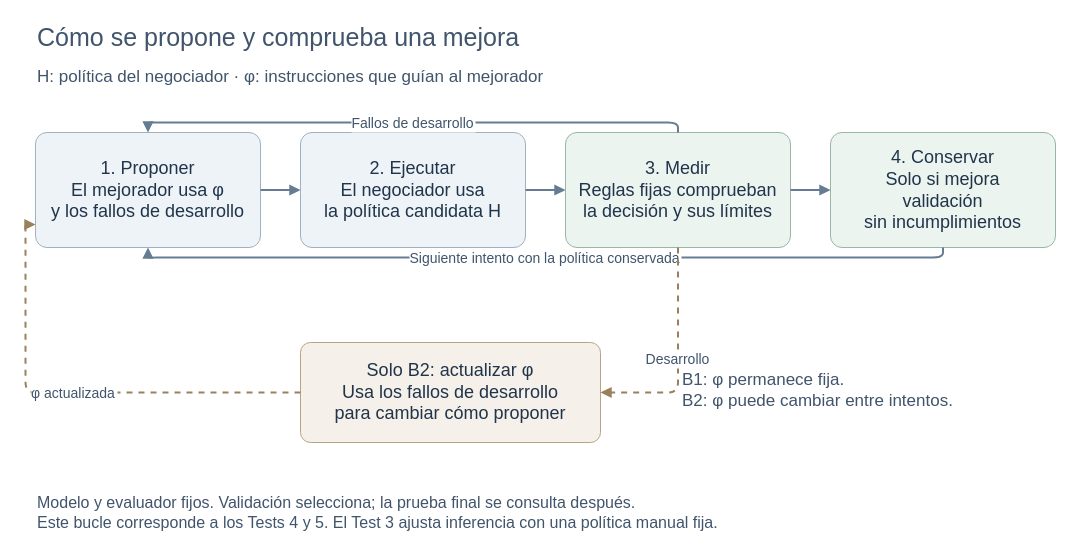
The draw.io diagram research/cases/case-0003-debt-negotiation/diagrams/learning-loop.drawio in jairzinhosantos/thinking-harness, before the edit. Source tidied: cells renumbered, new cells numbered last; positions are measured from the earlier drawing's top-left corner, leaving out a move shared by most shapes. Both pictures are drawn from the tidied source at 100%, with x=0, y=0 at pixel (35, 17).
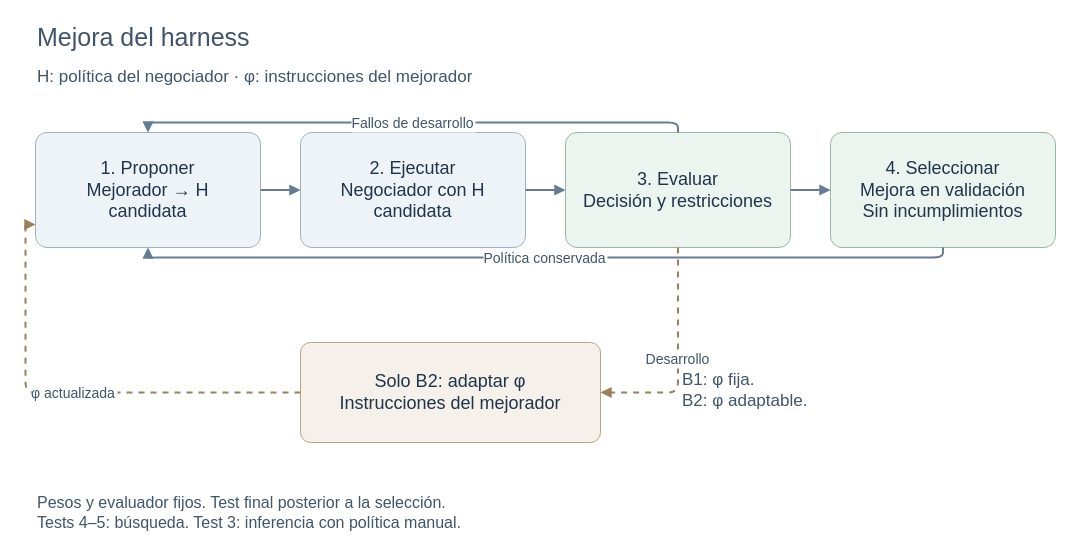
Above is the later version.

What changed in the source:
```diff
@@
 <mxGraphModel background="#FFFFFF">
   <root>
     <mxCell id="0" />
     <mxCell id="1" parent="0" />
-    <mxCell id="2" value="Cómo se propone y comprueba una mejora" style="text;html=0;whiteSpace=wrap;align=left;verticalAlign=middle;fontColor=#40546B;fontFamily=Helvetica;fontSize=25;" parent="1" vertex="1">
+    <mxCell id="2" value="Mejora del harness" style="text;html=0;whiteSpace=wrap;align=left;verticalAlign=middle;fontColor=#40546B;fontFamily=Helvetica;fontSize=25;" parent="1" vertex="1">
       <mxGeometry width="1000" height="38" as="geometry" />
     </mxCell>
-    <mxCell id="3" value="H: política del negociador    ·    φ: instrucciones que guían al mejorador" style="text;html=0;whiteSpace=wrap;align=left;verticalAlign=middle;fontColor=#40546B;fontFamily=Helvetica;fontSize=17;" parent="1" vertex="1">
+    <mxCell id="3" value="H: política del negociador     ·     φ: instrucciones del mejorador" style="text;html=0;whiteSpace=wrap;align=left;verticalAlign=middle;fontColor=#40546B;fontFamily=Helvetica;fontSize=17;" parent="1" vertex="1">
       <mxGeometry y="45" width="1000" height="30" as="geometry" />
     </mxCell>
-    <mxCell id="4" value="1. Proponer&#10;El mejorador usa φ&#10;y los fallos de desarrollo" style="rounded=1;whiteSpace=wrap;html=0;arcSize=10;fillColor=#EEF3F8;strokeColor=#A0B1C2;fontColor=#20344A;fontFamily=Helvetica;fontSize=18;spacing=14;" parent="1" vertex="1">
+    <mxCell id="4" value="1. Proponer&#10;Mejorador → H candidata" style="rounded=1;whiteSpace=wrap;html=0;arcSize=10;fillColor=#EEF3F8;strokeColor=#A0B1C2;fontColor=#20344A;fontFamily=Helvetica;fontSize=18;spacing=14;" parent="1" vertex="1">
       <mxGeometry y="115" width="225" height="115" as="geometry" />
     </mxCell>
-    <mxCell id="5" value="2. Ejecutar&#10;El negociador usa&#10;la política candidata H" style="rounded=1;whiteSpace=wrap;html=0;arcSize=10;fillColor=#EEF3F8;strokeColor=#A0B1C2;fontColor=#20344A;fontFamily=Helvetica;fontSize=18;spacing=14;" parent="1" vertex="1">
+    <mxCell id="5" value="2. Ejecutar&#10;Negociador con H candidata" style="rounded=1;whiteSpace=wrap;html=0;arcSize=10;fillColor=#EEF3F8;strokeColor=#A0B1C2;fontColor=#20344A;fontFamily=Helvetica;fontSize=18;spacing=14;" parent="1" vertex="1">
       <mxGeometry x="265" y="115" width="225" height="115" as="geometry" />
     </mxCell>
-    <mxCell id="6" value="3. Medir&#10;Reglas fijas comprueban&#10;la decisión y sus límites" style="rounded=1;whiteSpace=wrap;html=0;arcSize=10;fillColor=#ECF4F0;strokeColor=#9AB6A7;fontColor=#20344A;fontFamily=Helvetica;fontSize=18;spacing=14;" parent="1" vertex="1">
+    <mxCell id="6" value="3. Evaluar&#10;Decisión y restricciones" style="rounded=1;whiteSpace=wrap;html=0;arcSize=10;fillColor=#ECF4F0;strokeColor=#9AB6A7;fontColor=#20344A;fontFamily=Helvetica;fontSize=18;spacing=14;" parent="1" vertex="1">
       <mxGeometry x="530" y="115" width="225" height="115" as="geometry" />
     </mxCell>
-    <mxCell id="7" value="4. Conservar&#10;Solo si mejora validación&#10;sin incumplimientos" style="rounded=1;whiteSpace=wrap;html=0;arcSize=10;fillColor=#ECF4F0;strokeColor=#9AB6A7;fontColor=#20344A;fontFamily=Helvetica;fontSize=18;spacing=14;" parent="1" vertex="1">
+    <mxCell id="7" value="4. Seleccionar&#10;Mejora en validación&#10;Sin incumplimientos" style="rounded=1;whiteSpace=wrap;html=0;arcSize=10;fillColor=#ECF4F0;strokeColor=#9AB6A7;fontColor=#20344A;fontFamily=Helvetica;fontSize=18;spacing=14;" parent="1" vertex="1">
       <mxGeometry x="795" y="115" width="225" height="115" as="geometry" />
     </mxCell>
     <mxCell id="8" style="edgeStyle=orthogonalEdgeStyle;rounded=1;html=0;endArrow=block;strokeColor=#657C92;strokeWidth=2;fontSize=14;fontFamily=Helvetica;fontColor=#40546B;labelBackgroundColor=#FFFFFF;" parent="1" edge="1" source="4" target="5">
       <mxGeometry relative="1" as="geometry" />
     </mxCell>
     <mxCell id="9" style="edgeStyle=orthogonalEdgeStyle;rounded=1;html=0;endArrow=block;strokeColor=#657C92;strokeWidth=2;fontSize=14;fontFamily=Helvetica;fontColor=#40546B;labelBackgroundColor=#FFFFFF;" parent="1" edge="1" source="5" target="6">
       <mxGeometry relative="1" as="geometry" />
     </mxCell>
     <mxCell id="10" style="edgeStyle=orthogonalEdgeStyle;rounded=1;html=0;endArrow=block;strokeColor=#657C92;strokeWidth=2;fontSize=14;fontFamily=Helvetica;fontColor=#40546B;labelBackgroundColor=#FFFFFF;" parent="1" edge="1" source="6" target="7">
       <mxGeometry relative="1" as="geometry" />
     </mxCell>
-    <mxCell id="11" value="Solo B2: actualizar φ&#10;Usa los fallos de desarrollo&#10;para cambiar cómo proponer" style="rounded=1;whiteSpace=wrap;html=0;arcSize=10;fillColor=#F5F0E9;strokeColor=#B9A385;fontColor=#20344A;fontFamily=Helvetica;fontSize=18;spacing=14;" parent="1" vertex="1">
+    <mxCell id="11" value="Solo B2: adaptar φ&#10;Instrucciones del mejorador" style="rounded=1;whiteSpace=wrap;html=0;arcSize=10;fillColor=#F5F0E9;strokeColor=#B9A385;fontColor=#20344A;fontFamily=Helvetica;fontSize=18;spacing=14;" parent="1" vertex="1">
       <mxGeometry x="265" y="325" width="300" height="100" as="geometry" />
     </mxCell>
     <mxCell id="12" value="Fallos de desarrollo" style="edgeStyle=orthogonalEdgeStyle;rounded=1;html=0;endArrow=block;strokeColor=#657C92;strokeWidth=2;fontSize=14;fontFamily=Helvetica;fontColor=#40546B;labelBackgroundColor=#FFFFFF;exitX=0.5;exitY=0;entryX=0.5;entryY=0;" parent="1" edge="1" source="6" target="4">
       <mxGeometry relative="1" as="geometry" />
     </mxCell>
-    <mxCell id="13" value="Siguiente intento con la política conservada" style="edgeStyle=orthogonalEdgeStyle;rounded=1;html=0;endArrow=block;strokeColor=#657C92;strokeWidth=2;fontSize=14;fontFamily=Helvetica;fontColor=#40546B;labelBackgroundColor=#FFFFFF;exitX=0.5;exitY=1;entryX=0.5;entryY=1;" parent="1" edge="1" source="7" target="4">
+    <mxCell id="13" value="Política conservada" style="edgeStyle=orthogonalEdgeStyle;rounded=1;html=0;endArrow=block;strokeColor=#657C92;strokeWidth=2;fontSize=14;fontFamily=Helvetica;fontColor=#40546B;labelBackgroundColor=#FFFFFF;exitX=0.5;exitY=1;entryX=0.5;entryY=1;" parent="1" edge="1" source="7" target="4">
       <mxGeometry relative="1" as="geometry" />
     </mxCell>
     <mxCell id="14" value="Desarrollo" style="edgeStyle=orthogonalEdgeStyle;rounded=1;html=0;endArrow=block;strokeColor=#657C92;strokeWidth=2;fontSize=14;fontFamily=Helvetica;fontColor=#40546B;labelBackgroundColor=#FFFFFF;dashed=1;strokeColor=#9B805D;exitX=0.5;exitY=1;entryX=1;entryY=0.5;" parent="1" edge="1" source="6" target="11">
       <mxGeometry relative="1" as="geometry" />
     </mxCell>
     <mxCell id="15" value="φ actualizada" style="edgeStyle=orthogonalEdgeStyle;rounded=1;html=0;endArrow=block;strokeColor=#657C92;strokeWidth=2;fontSize=14;fontFamily=Helvetica;fontColor=#40546B;labelBackgroundColor=#FFFFFF;dashed=1;strokeColor=#9B805D;exitX=0;exitY=0.5;entryX=0;entryY=0.8;" parent="1" edge="1" source="11" target="4">
       <mxGeometry relative="1" as="geometry" />
     </mxCell>
-    <mxCell id="16" value="B1: φ permanece fija.&#10;B2: φ puede cambiar entre intentos." style="text;html=0;whiteSpace=wrap;align=left;verticalAlign=middle;fontColor=#40546B;fontFamily=Helvetica;fontSize=17;" parent="1" vertex="1">
+    <mxCell id="16" value="B1: φ fija.&#10;B2: φ adaptable." style="text;html=0;whiteSpace=wrap;align=left;verticalAlign=middle;fontColor=#40546B;fontFamily=Helvetica;fontSize=17;" parent="1" vertex="1">
       <mxGeometry x="645" y="340" width="360" height="65" as="geometry" />
     </mxCell>
-    <mxCell id="17" value="Modelo y evaluador fijos. Validación selecciona; la prueba final se consulta después.&#10;Este bucle corresponde a los Tests 4 y 5. El Test 3 ajusta inferencia con una política manual fija." style="text;html=0;whiteSpace=wrap;align=left;verticalAlign=middle;fontColor=#40546B;fontFamily=Helvetica;fontSize=16;" parent="1" vertex="1">
+    <mxCell id="17" value="Pesos y evaluador fijos. Test final posterior a la selección.&#10;Tests 4–5: búsqueda. Test 3: inferencia con política manual." style="text;html=0;whiteSpace=wrap;align=left;verticalAlign=middle;fontColor=#40546B;fontFamily=Helvetica;fontSize=16;" parent="1" vertex="1">
       <mxGeometry y="465" width="1020" height="60" as="geometry" />
     </mxCell>
   </root>
 </mxGraphModel>
```
